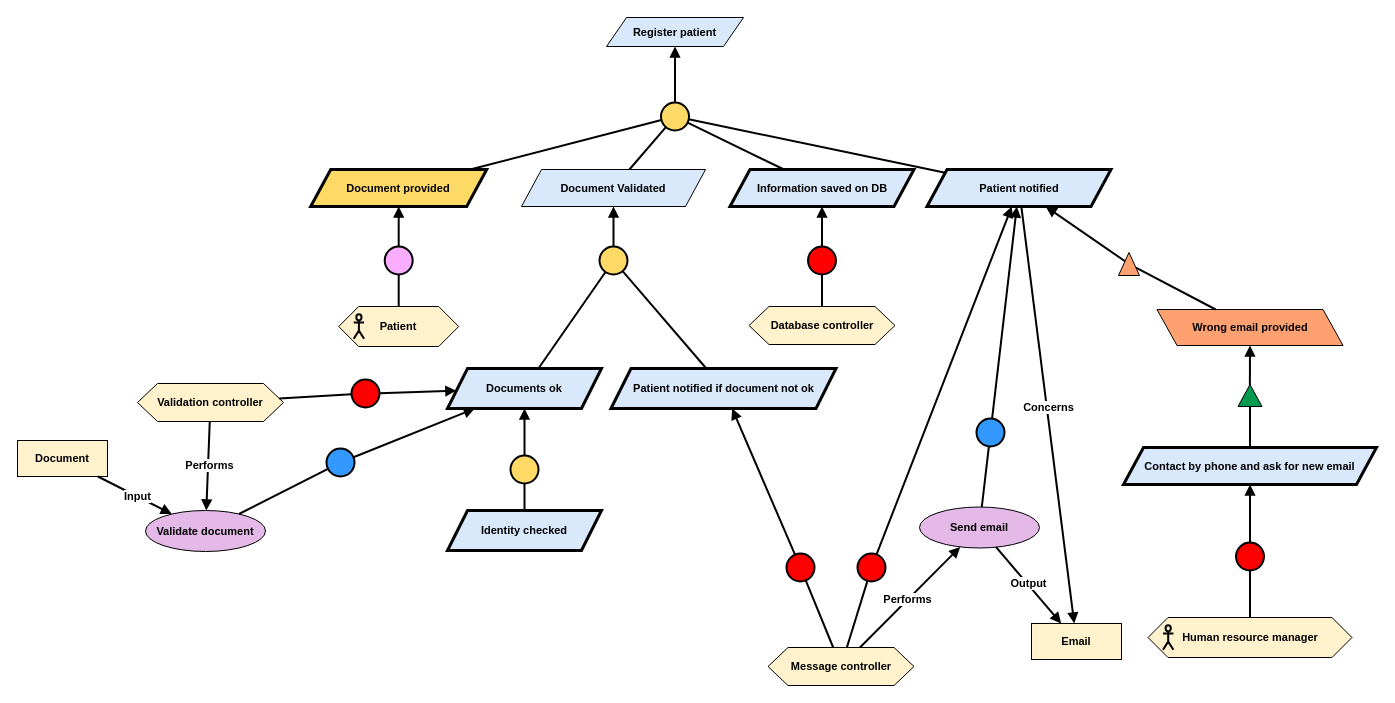
Above: Kaos/KAOS 1.drawio in RafaelCMira/myclinic-msp-project (draw.io), before the change. Source tidied: cells renumbered, new cells numbered last; positions are measured from the earlier drawing's top-left corner, leaving out a move shared by most shapes. Both pictures are drawn from the tidied source at 100%, with x=0, y=0 at pixel (17, 17).
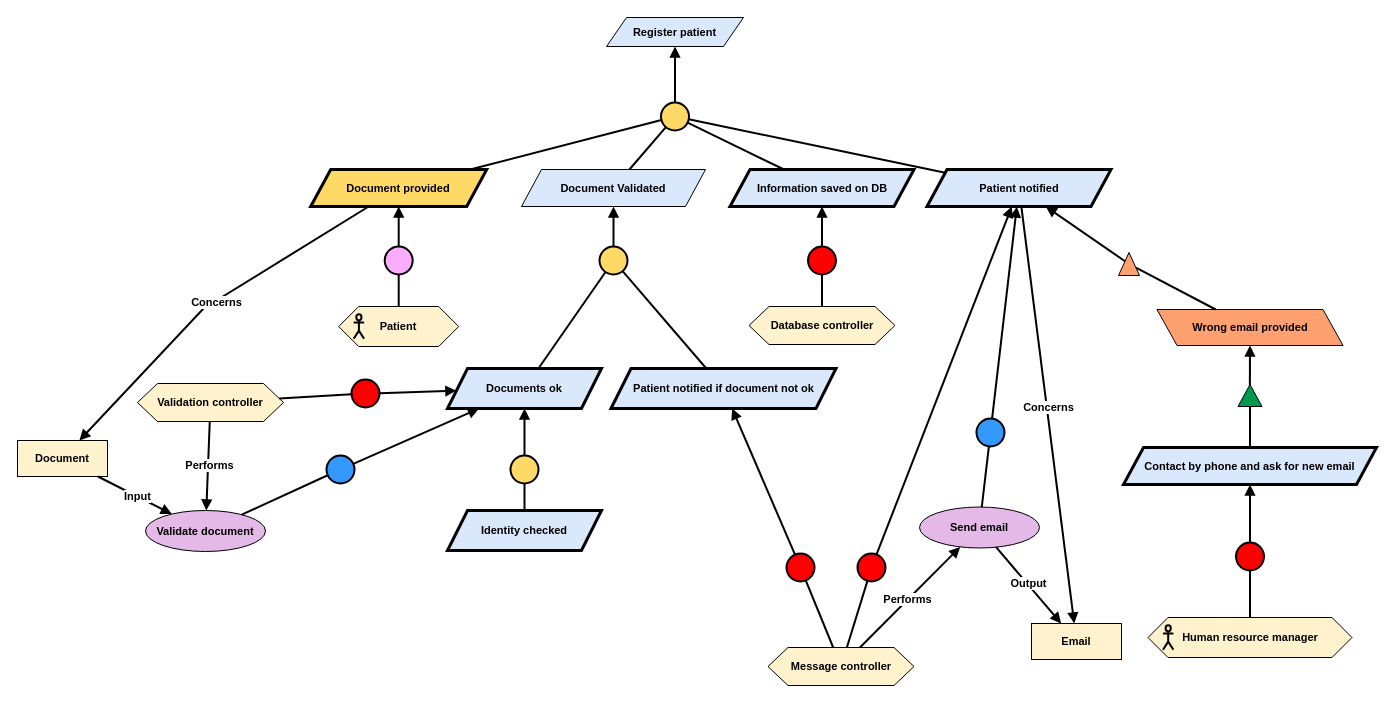
The same diagram, later.

Unchanged cells that the change refers to:
```xml
<mxCell id="8" value="&lt;b&gt;Document provided&lt;/b&gt;" style="shape=parallelogram;perimeter=parallelogramPerimeter;whiteSpace=wrap;html=1;fixedSize=1;fillColor=#FFD966;strokeColor=#000000;strokeWidth=3;fontFamily=Helvetica;fontSize=11;fontColor=default;labelBackgroundColor=none;" parent="1" vertex="1">
  <mxGeometry x="293.2" y="152" width="176" height="37" as="geometry" />
</mxCell>
<mxCell id="56" value="&lt;b&gt;Document&lt;/b&gt;" style="rounded=0;whiteSpace=wrap;html=1;fillColor=#FFF2CC;fontFamily=Helvetica;fontSize=11;fontColor=default;labelBackgroundColor=none;" parent="1" vertex="1">
  <mxGeometry y="423" width="90" height="36" as="geometry" />
</mxCell>
```

The edit, as a diff of the source:
```diff
@@
     <mxCell id="53" style="ellipse;whiteSpace=wrap;html=1;fillColor=#3399FF;strokeWidth=2;" parent="1" vertex="1">
-      <mxGeometry x="309" y="431" width="28" height="28" as="geometry" />
+      <mxGeometry x="309" y="438" width="28" height="28" as="geometry" />
     </mxCell>
@@
+    <mxCell id="78" style="endArrow=block;html=1;rounded=0;endFill=1;strokeWidth=2;" parent="1" edge="1" source="8" target="56">
+      <mxGeometry relative="1" as="geometry">
+        <Array as="points">
+          <mxPoint x="186" y="291" />
+        </Array>
+      </mxGeometry>
+    </mxCell>
+    <mxCell id="79" value="&lt;b&gt;Concerns&lt;/b&gt;" style="edgeLabel;html=1;align=center;verticalAlign=middle;" parent="78" vertex="1">
+      <mxGeometry x="-0.04" y="1" relative="1" as="geometry" />
+    </mxCell>
```
